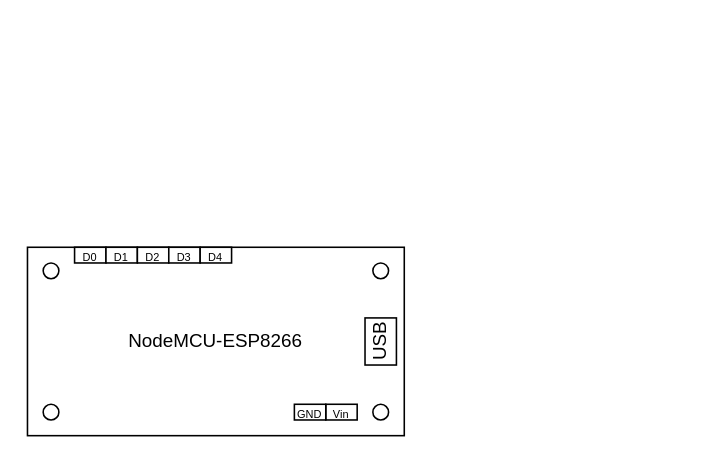
Above: reolink_hardware.drawio in h3b4r1/reolink_relay (draw.io), before the change. Source tidied: cells renumbered, new cells numbered last; positions are measured from the earlier drawing's top-left corner, leaving out a move shared by most shapes. Both pictures are drawn from the tidied source at 157%, with x=0, y=0 at pixel (27, 246).
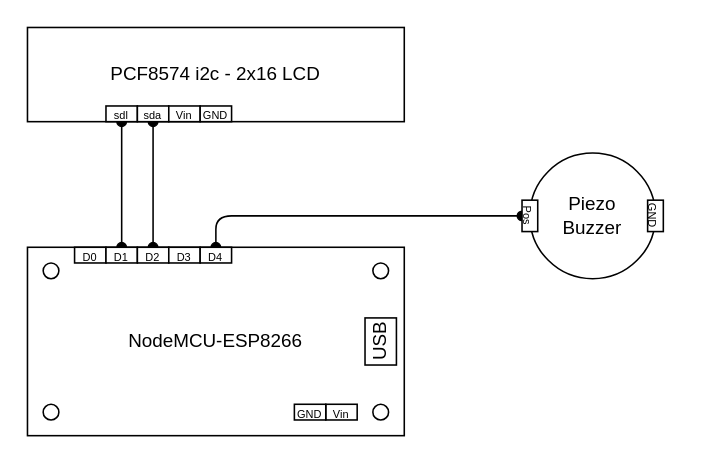
After the change.

The change refers to these unchanged cells:
```xml
<mxCell id="9" value="&lt;p style=&quot;line-height: 150%;&quot;&gt;&lt;font style=&quot;font-size: 7px;&quot;&gt;D1&lt;/font&gt;&lt;/p&gt;" style="rounded=0;whiteSpace=wrap;html=1;" parent="1" vertex="1">
  <mxGeometry x="50" width="20" height="10" as="geometry" />
</mxCell>
<mxCell id="10" value="&lt;p style=&quot;line-height: 150%;&quot;&gt;&lt;font style=&quot;font-size: 7px;&quot;&gt;D2&lt;/font&gt;&lt;/p&gt;" style="rounded=0;whiteSpace=wrap;html=1;" parent="1" vertex="1">
  <mxGeometry x="70" width="20" height="10" as="geometry" />
</mxCell>
<mxCell id="12" value="&lt;p style=&quot;line-height: 150%;&quot;&gt;&lt;font style=&quot;font-size: 7px;&quot;&gt;D4&lt;/font&gt;&lt;/p&gt;" style="rounded=0;whiteSpace=wrap;html=1;" parent="1" vertex="1">
  <mxGeometry x="110" width="20" height="10" as="geometry" />
</mxCell>
```

What changed in the source:
```diff
@@
+    <mxCell id="15" style="endArrow=oval;html=1;exitX=0.5;exitY=0;exitDx=0;exitDy=0;entryX=0.5;entryY=1;entryDx=0;entryDy=0;startArrow=oval;startFill=1;endFill=1;" parent="1" edge="1" source="9" target="19">
+      <mxGeometry relative="1" as="geometry" />
+    </mxCell>
@@
+    <mxCell id="16" style="edgeStyle=none;html=1;exitX=0.5;exitY=0;exitDx=0;exitDy=0;endArrow=oval;endFill=1;startArrow=oval;startFill=1;" parent="1" edge="1" source="10" target="20">
+      <mxGeometry relative="1" as="geometry" />
+    </mxCell>
@@
+    <mxCell id="17" style="edgeStyle=none;html=1;exitX=0.5;exitY=0;exitDx=0;exitDy=0;startArrow=oval;startFill=1;endArrow=oval;endFill=1;" parent="1" edge="1" source="12" target="24">
+      <mxGeometry relative="1" as="geometry">
+        <Array as="points">
+          <mxPoint x="120" y="-20" />
+        </Array>
+      </mxGeometry>
+    </mxCell>
@@
+    <mxCell id="18" value="PCF8574 i2c - 2x16 LCD" style="rounded=0;whiteSpace=wrap;html=1;" parent="1" vertex="1">
+      <mxGeometry y="-140" width="240" height="60" as="geometry" />
+    </mxCell>
+    <mxCell id="19" value="&lt;p style=&quot;line-height: 150%;&quot;&gt;&lt;font style=&quot;font-size: 7px;&quot;&gt;sdl&lt;/font&gt;&lt;/p&gt;" style="rounded=0;whiteSpace=wrap;html=1;" parent="1" vertex="1">
+      <mxGeometry x="50" y="-90" width="20" height="10" as="geometry" />
+    </mxCell>
+    <mxCell id="20" value="&lt;p style=&quot;line-height: 150%;&quot;&gt;&lt;font style=&quot;font-size: 7px;&quot;&gt;sda&lt;/font&gt;&lt;/p&gt;" style="rounded=0;whiteSpace=wrap;html=1;" parent="1" vertex="1">
+      <mxGeometry x="70" y="-90" width="20" height="10" as="geometry" />
+    </mxCell>
+    <mxCell id="21" value="&lt;p style=&quot;line-height: 150%;&quot;&gt;&lt;font style=&quot;font-size: 7px;&quot;&gt;Vin&lt;/font&gt;&lt;/p&gt;" style="rounded=0;whiteSpace=wrap;html=1;" parent="1" vertex="1">
+      <mxGeometry x="90" y="-90" width="20" height="10" as="geometry" />
+    </mxCell>
+    <mxCell id="22" value="&lt;p style=&quot;line-height: 150%;&quot;&gt;&lt;font style=&quot;font-size: 7px;&quot;&gt;GND&lt;/font&gt;&lt;/p&gt;" style="rounded=0;whiteSpace=wrap;html=1;" parent="1" vertex="1">
+      <mxGeometry x="110" y="-90" width="20" height="10" as="geometry" />
+    </mxCell>
+    <mxCell id="23" value="Piezo&lt;br&gt;Buzzer" style="ellipse;whiteSpace=wrap;html=1;" parent="1" vertex="1">
+      <mxGeometry x="320" y="-60" width="80" height="80" as="geometry" />
+    </mxCell>
+    <mxCell id="24" value="&lt;p style=&quot;line-height: 150%;&quot;&gt;&lt;font style=&quot;font-size: 7px;&quot;&gt;Pos&lt;/font&gt;&lt;/p&gt;" style="rounded=0;whiteSpace=wrap;html=1;rotation=90;" parent="1" vertex="1">
+      <mxGeometry x="310" y="-25" width="20" height="10" as="geometry" />
+    </mxCell>
+    <mxCell id="25" value="&lt;p style=&quot;line-height: 150%;&quot;&gt;&lt;font style=&quot;font-size: 7px;&quot;&gt;GND&lt;/font&gt;&lt;/p&gt;" style="rounded=0;whiteSpace=wrap;html=1;rotation=90;" parent="1" vertex="1">
+      <mxGeometry x="390" y="-25" width="20" height="10" as="geometry" />
+    </mxCell>
```
